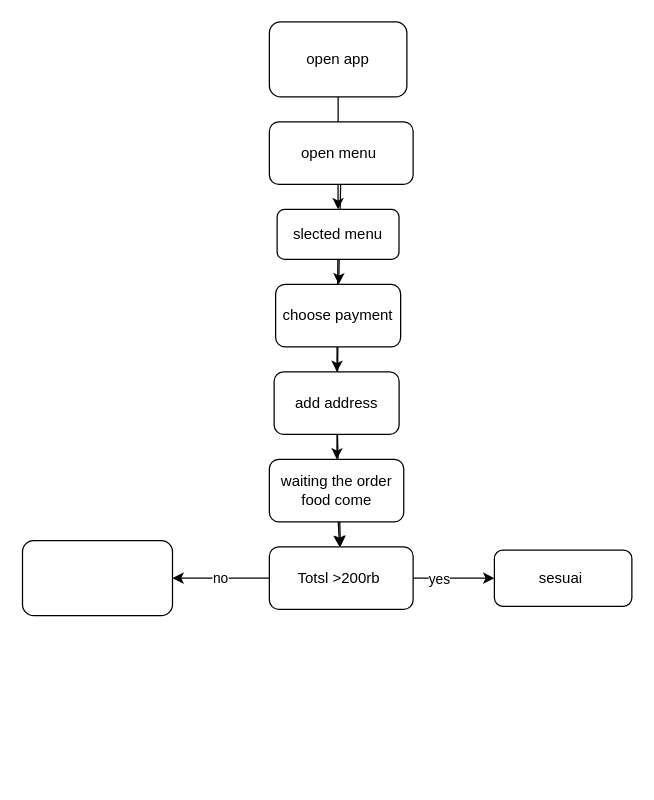
Before: flowchart.drawio in nia148/kirstenbe2679190_prosess-order, a draw.io diagram. Source tidied: cells renumbered, new cells numbered last; positions are measured from the earlier drawing's top-left corner, leaving out a move shared by most shapes. Both pictures are drawn from the tidied source at 125%, with x=0, y=0 at pixel (21, 21).
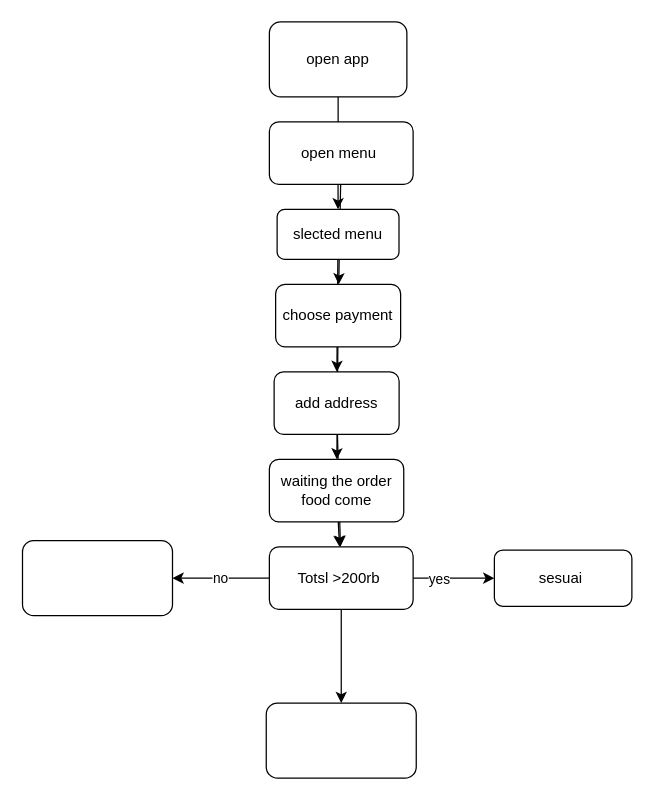
Above is the later version.

Commit message:
Flowchart selesai

The change refers to these unchanged cells:
```xml
<mxCell id="17" value="Totsl &amp;gt;200rb&amp;nbsp;" style="rounded=1;whiteSpace=wrap;html=1;" parent="1" vertex="1">
  <mxGeometry x="198" y="420" width="115" height="50" as="geometry" />
</mxCell>
```

What changed in the source:
```diff
@@
+    <mxCell id="20" style="edgeStyle=none;html=1;" parent="1" edge="1" source="17" target="21">
+      <mxGeometry relative="1" as="geometry" />
+    </mxCell>
@@
+    <mxCell id="21" style="whiteSpace=wrap;html=1;rounded=1;" parent="1" vertex="1">
+      <mxGeometry x="195.5" y="545" width="120" height="60" as="geometry" />
+    </mxCell>
```
